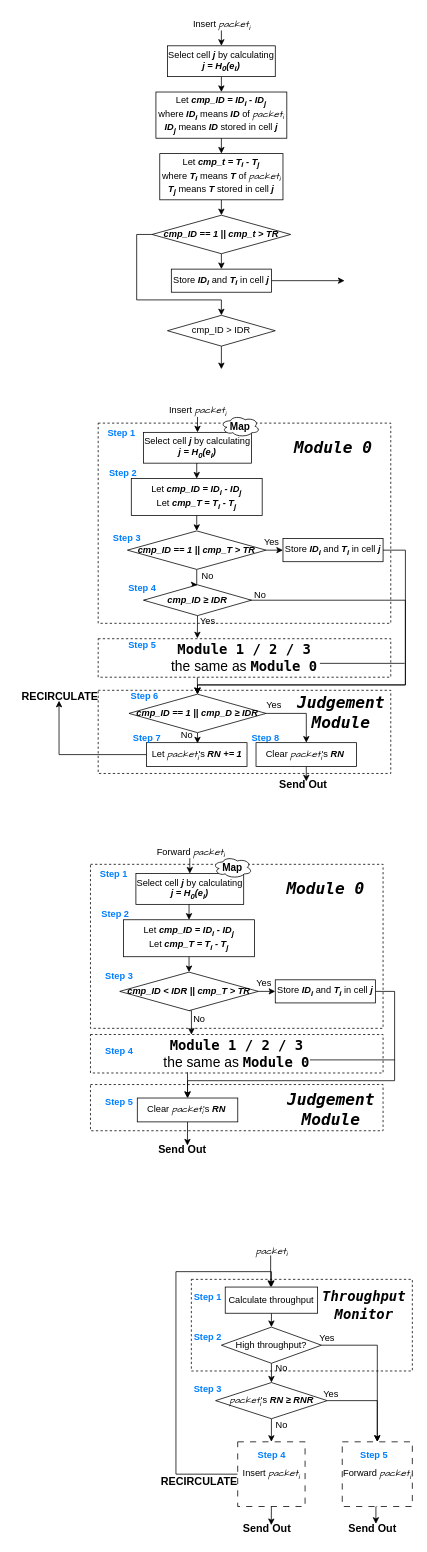
Above: undergraduate paper/未命名绘图.drawio in wh2001/drawing (draw.io), before the change. Source tidied: cells renumbered, new cells numbered last; positions are measured from the earlier drawing's top-left corner, leaving out a move shared by most shapes. Both pictures are drawn from the tidied source at 77%, with x=0, y=0 at pixel (13, 13).
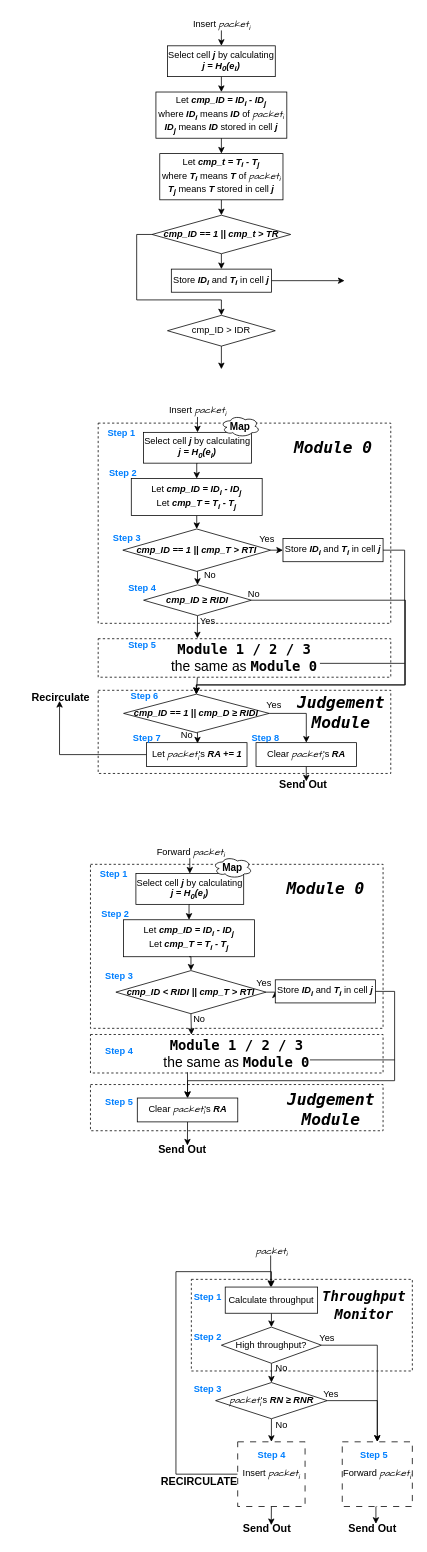
After the change.

Commit message:
更新未命名绘图.drawio

Unchanged cells that the change refers to:
```xml
<mxCell id="25" value="Let &lt;b&gt;&lt;i&gt;c&lt;/i&gt;&lt;/b&gt;&lt;b style=&quot;&quot;&gt;&lt;i style=&quot;&quot;&gt;mp_ID = ID&lt;sub&gt;i&lt;/sub&gt;&amp;nbsp;- ID&lt;/i&gt;&lt;/b&gt;&lt;b style=&quot;&quot;&gt;&lt;i&gt;&lt;sub&gt;j&lt;br&gt;&lt;/sub&gt;&lt;/i&gt;&lt;/b&gt;Let&amp;nbsp;&lt;b style=&quot;border-color: var(--border-color);&quot;&gt;&lt;i style=&quot;border-color: var(--border-color);&quot;&gt;cmp_T = T&lt;sub style=&quot;border-color: var(--border-color);&quot;&gt;i&lt;/sub&gt;&amp;nbsp;- T&lt;sub style=&quot;border-color: var(--border-color);&quot;&gt;j&lt;/sub&gt;&lt;/i&gt;&lt;/b&gt;&lt;b style=&quot;&quot;&gt;&lt;i&gt;&lt;sub&gt;&lt;br&gt;&lt;/sub&gt;&lt;/i&gt;&lt;/b&gt;" style="rounded=0;whiteSpace=wrap;html=1;" parent="1" vertex="1">
  <mxGeometry x="153" y="604" width="170" height="48" as="geometry" />
</mxCell>
<mxCell id="31" value="Store &lt;b&gt;&lt;i&gt;ID&lt;sub&gt;i&lt;/sub&gt;&lt;/i&gt;&lt;/b&gt; and &lt;b&gt;&lt;i&gt;T&lt;sub&gt;i&lt;/sub&gt;&lt;/i&gt;&lt;/b&gt; in cell &lt;b&gt;&lt;i&gt;j&lt;/i&gt;&lt;/b&gt;" style="rounded=0;whiteSpace=wrap;html=1;glass=0;" parent="1" vertex="1">
  <mxGeometry x="350" y="682" width="130" height="30" as="geometry" />
</mxCell>
```

The edit, as a diff of the source:
```diff
@@
+    <mxCell id="26" style="edgeStyle=orthogonalEdgeStyle;rounded=0;jettySize=auto;html=1;exitX=0.5;exitY=1;exitDx=0;exitDy=0;entryX=0.5;entryY=0;entryDx=0;entryDy=0;" parent="1" edge="1" source="25" target="29">
+      <mxGeometry relative="1" as="geometry" />
+    </mxCell>
@@
-    <mxCell id="26" style="edgeStyle=orthogonalEdgeStyle;rounded=0;jettySize=auto;html=1;exitX=0.5;exitY=1;exitDx=0;exitDy=0;entryX=0.5;entryY=0;entryDx=0;entryDy=0;" parent="1" edge="1" source="25" target="29">
-      <mxGeometry relative="1" as="geometry" />
-    </mxCell>
+    <mxCell id="28" style="edgeStyle=orthogonalEdgeStyle;rounded=0;jettySize=auto;html=1;exitX=0.5;exitY=1;exitDx=0;exitDy=0;entryX=0.5;entryY=0;entryDx=0;entryDy=0;" parent="1" edge="1" source="29" target="34">
+      <mxGeometry relative="1" as="geometry" />
+    </mxCell>
@@
-    <mxCell id="28" style="edgeStyle=orthogonalEdgeStyle;rounded=0;jettySize=auto;html=1;exitX=0.5;exitY=1;exitDx=0;exitDy=0;" parent="1" edge="1" source="29" target="34">
-      <mxGeometry relative="1" as="geometry" />
-    </mxCell>
-    <mxCell id="29" value="&lt;b&gt;&lt;i&gt;cmp_ID == 1 || cmp_T &amp;gt; TR&lt;/i&gt;&lt;/b&gt;" style="rhombus;whiteSpace=wrap;html=1;" parent="1" vertex="1">
-      <mxGeometry x="148" y="672" width="180" height="50" as="geometry" />
+    <mxCell id="29" value="&lt;b&gt;&lt;i&gt;cmp_ID == 1 || cmp_T &amp;gt; RTI&lt;/i&gt;&lt;/b&gt;" style="rhombus;whiteSpace=wrap;html=1;" parent="1" vertex="1">
+      <mxGeometry x="142" y="669.5" width="192" height="55" as="geometry" />
     </mxCell>
     <mxCell id="30" style="edgeStyle=orthogonalEdgeStyle;rounded=0;jettySize=auto;html=1;exitX=1;exitY=0.5;exitDx=0;exitDy=0;entryX=0.5;entryY=0;entryDx=0;entryDy=0;" parent="1" edge="1" source="31" target="37">
       <mxGeometry relative="1" as="geometry">
         <Array as="points">
-          <mxPoint x="509" y="697" />
-          <mxPoint x="509" y="872" />
-          <mxPoint x="239" y="872" />
+          <mxPoint x="508" y="697" />
+          <mxPoint x="508" y="872" />
+          <mxPoint x="238" y="872" />
         </Array>
       </mxGeometry>
     </mxCell>
@@
-    <mxCell id="33" style="edgeStyle=orthogonalEdgeStyle;rounded=0;jettySize=auto;html=1;exitX=0;exitY=0.5;exitDx=0;exitDy=0;entryX=0.5;entryY=0;entryDx=0;entryDy=0;" parent="1" edge="1" source="34" target="37">
+    <mxCell id="33" style="edgeStyle=orthogonalEdgeStyle;rounded=0;jettySize=auto;html=1;exitX=1;exitY=0.5;exitDx=0;exitDy=0;entryX=0.5;entryY=0;entryDx=0;entryDy=0;" parent="1" edge="1" source="34" target="37">
       <mxGeometry relative="1" as="geometry">
         <Array as="points">
           <mxPoint x="509" y="762" />
           <mxPoint x="509" y="872" />
-          <mxPoint x="239" y="872" />
+          <mxPoint x="238" y="872" />
         </Array>
       </mxGeometry>
     </mxCell>
-    <mxCell id="34" value="&lt;b&gt;&lt;i&gt;cmp_ID ≥ IDR&lt;/i&gt;&lt;/b&gt;" style="rhombus;whiteSpace=wrap;html=1;" parent="1" vertex="1">
+    <mxCell id="34" value="&lt;b&gt;&lt;i&gt;cmp_ID ≥ RIDI&lt;/i&gt;&lt;/b&gt;" style="rhombus;whiteSpace=wrap;html=1;" parent="1" vertex="1">
       <mxGeometry x="169" y="742" width="140" height="40" as="geometry" />
     </mxCell>
@@
-    <mxCell id="37" value="&lt;b&gt;&lt;i&gt;cmp_ID == 1 || cmp_D ≥ IDR&lt;/i&gt;&lt;/b&gt;" style="rhombus;whiteSpace=wrap;html=1;" parent="1" vertex="1">
-      <mxGeometry x="150" y="884" width="178" height="50" as="geometry" />
+    <mxCell id="37" value="&lt;b&gt;&lt;i&gt;cmp_ID == 1 || cmp_D ≥ RIDI&lt;/i&gt;&lt;/b&gt;" style="rhombus;whiteSpace=wrap;html=1;" parent="1" vertex="1">
+      <mxGeometry x="143" y="884" width="189" height="50" as="geometry" />
     </mxCell>
@@
-    <mxCell id="44" value="&lt;font style=&quot;font-size: 14px;&quot;&gt;&lt;b&gt;RECIRCULATE&lt;/b&gt;&lt;/font&gt;" style="text;html=1;align=center;verticalAlign=middle;points=[];strokeColor=none;fillColor=none;" parent="1" vertex="1">
-      <mxGeometry y="872" width="120" height="30" as="geometry" />
+    <mxCell id="44" value="&lt;font style=&quot;font-size: 14px;&quot;&gt;&lt;b&gt;Recirculate&lt;/b&gt;&lt;/font&gt;" style="text;html=1;align=center;verticalAlign=middle;points=[];strokeColor=none;fillColor=none;" parent="1" vertex="1">
+      <mxGeometry x="14" y="873" width="93" height="29" as="geometry" />
     </mxCell>
@@
     <mxCell id="51" value="Yes" style="text;html=1;align=center;verticalAlign=middle;strokeColor=none;fillColor=none;" parent="1" vertex="1">
-      <mxGeometry x="315" y="672" width="40" height="30" as="geometry" />
+      <mxGeometry x="309" y="668" width="40" height="30" as="geometry" />
     </mxCell>
@@
     <mxCell id="53" value="No" style="text;html=1;align=center;verticalAlign=middle;strokeColor=none;fillColor=none;" parent="1" vertex="1">
-      <mxGeometry x="300" y="740" width="40" height="30" as="geometry" />
+      <mxGeometry x="292" y="739" width="40" height="30" as="geometry" />
     </mxCell>
@@
     <mxCell id="56" value="No" style="text;html=1;align=center;verticalAlign=middle;strokeColor=none;fillColor=none;" parent="1" vertex="1">
-      <mxGeometry x="232" y="716" width="40" height="30" as="geometry" />
+      <mxGeometry x="235" y="715" width="40" height="30" as="geometry" />
     </mxCell>
@@
-    <mxCell id="68" value="&lt;b&gt;&lt;i&gt;cmp_ID &amp;lt; IDR || cmp_T &amp;gt; TR&lt;/i&gt;&lt;/b&gt;" style="rhombus;whiteSpace=wrap;html=1;" parent="1" vertex="1">
-      <mxGeometry x="138" y="1245" width="180" height="50" as="geometry" />
+    <mxCell id="68" value="&lt;b&gt;&lt;i&gt;cmp_ID &amp;lt; RIDI || cmp_T &amp;gt; RTI&lt;/i&gt;&lt;/b&gt;" style="rhombus;whiteSpace=wrap;html=1;" parent="1" vertex="1">
+      <mxGeometry x="133" y="1243" width="195" height="56" as="geometry" />
     </mxCell>
@@
-    <mxCell id="86" value="Let&amp;nbsp;&lt;span style=&quot;border-color: var(--border-color);&quot;&gt;&lt;font style=&quot;border-color: var(--border-color);&quot;&gt;&lt;font face=&quot;Comic Sans MS&quot;&gt;&lt;i&gt;packet&lt;/i&gt;&lt;/font&gt;&lt;span style=&quot;border-color: var(--border-color);&quot;&gt;&lt;sub style=&quot;font-style: italic; font-family: &amp;quot;Comic Sans MS&amp;quot;; vertical-align: sub;&quot;&gt;i&lt;/sub&gt;'s&lt;i&gt;&lt;b&gt; RN += 1&lt;/b&gt;&lt;/i&gt;&lt;/span&gt;&lt;/font&gt;&lt;/span&gt;" style="rounded=0;whiteSpace=wrap;html=1;" parent="1" vertex="1">
+    <mxCell id="86" value="Let&amp;nbsp;&lt;span style=&quot;border-color: var(--border-color);&quot;&gt;&lt;font style=&quot;border-color: var(--border-color);&quot;&gt;&lt;font face=&quot;Comic Sans MS&quot;&gt;&lt;i&gt;packet&lt;/i&gt;&lt;/font&gt;&lt;span style=&quot;border-color: var(--border-color);&quot;&gt;&lt;sub style=&quot;font-style: italic; font-family: &amp;quot;Comic Sans MS&amp;quot;; vertical-align: sub;&quot;&gt;i&lt;/sub&gt;'s&lt;i&gt;&lt;b&gt; RA += 1&lt;/b&gt;&lt;/i&gt;&lt;/span&gt;&lt;/font&gt;&lt;/span&gt;" style="rounded=0;whiteSpace=wrap;html=1;" parent="1" vertex="1">
       <mxGeometry x="172.8" y="947" width="130.5" height="31" as="geometry" />
     </mxCell>
@@
-    <mxCell id="89" value="Clear&amp;nbsp;&lt;span style=&quot;border-color: var(--border-color);&quot;&gt;&lt;font style=&quot;border-color: var(--border-color);&quot;&gt;&lt;font face=&quot;Comic Sans MS&quot;&gt;&lt;i&gt;packet&lt;/i&gt;&lt;/font&gt;&lt;span style=&quot;border-color: var(--border-color);&quot;&gt;&lt;sub style=&quot;font-style: italic; font-family: &amp;quot;Comic Sans MS&amp;quot;; vertical-align: sub;&quot;&gt;i&lt;/sub&gt;'s&lt;i&gt;&lt;b&gt; RN&amp;nbsp;&lt;/b&gt;&lt;/i&gt;&lt;/span&gt;&lt;/font&gt;&lt;/span&gt;" style="rounded=0;whiteSpace=wrap;html=1;" parent="1" vertex="1">
+    <mxCell id="89" value="Clear&amp;nbsp;&lt;span style=&quot;border-color: var(--border-color);&quot;&gt;&lt;font style=&quot;border-color: var(--border-color);&quot;&gt;&lt;font face=&quot;Comic Sans MS&quot;&gt;&lt;i&gt;packet&lt;/i&gt;&lt;/font&gt;&lt;span style=&quot;border-color: var(--border-color);&quot;&gt;&lt;sub style=&quot;font-style: italic; font-family: &amp;quot;Comic Sans MS&amp;quot;; vertical-align: sub;&quot;&gt;i&lt;/sub&gt;'s&lt;i&gt;&lt;b&gt;&amp;nbsp;RA&lt;/b&gt;&lt;/i&gt;&lt;/span&gt;&lt;/font&gt;&lt;/span&gt;" style="rounded=0;whiteSpace=wrap;html=1;" parent="1" vertex="1">
       <mxGeometry x="160.8" y="1408.5" width="130.5" height="31" as="geometry" />
     </mxCell>
@@
-    <mxCell id="91" value="Clear&amp;nbsp;&lt;span style=&quot;border-color: var(--border-color);&quot;&gt;&lt;font style=&quot;border-color: var(--border-color);&quot;&gt;&lt;font face=&quot;Comic Sans MS&quot;&gt;&lt;i&gt;packet&lt;/i&gt;&lt;/font&gt;&lt;span style=&quot;border-color: var(--border-color);&quot;&gt;&lt;sub style=&quot;font-style: italic; font-family: &amp;quot;Comic Sans MS&amp;quot;; vertical-align: sub;&quot;&gt;i&lt;/sub&gt;'s&lt;i&gt;&lt;b&gt; RN&amp;nbsp;&lt;/b&gt;&lt;/i&gt;&lt;/span&gt;&lt;/font&gt;&lt;/span&gt;" style="rounded=0;whiteSpace=wrap;html=1;" parent="1" vertex="1">
+    <mxCell id="91" value="Clear&amp;nbsp;&lt;span style=&quot;border-color: var(--border-color);&quot;&gt;&lt;font style=&quot;border-color: var(--border-color);&quot;&gt;&lt;font face=&quot;Comic Sans MS&quot;&gt;&lt;i&gt;packet&lt;/i&gt;&lt;/font&gt;&lt;span style=&quot;border-color: var(--border-color);&quot;&gt;&lt;sub style=&quot;font-style: italic; font-family: &amp;quot;Comic Sans MS&amp;quot;; vertical-align: sub;&quot;&gt;i&lt;/sub&gt;'s&lt;i&gt;&lt;b&gt; RA&lt;/b&gt;&lt;/i&gt;&lt;/span&gt;&lt;/font&gt;&lt;/span&gt;" style="rounded=0;whiteSpace=wrap;html=1;" parent="1" vertex="1">
       <mxGeometry x="315" y="947" width="130.5" height="31" as="geometry" />
     </mxCell>
```
